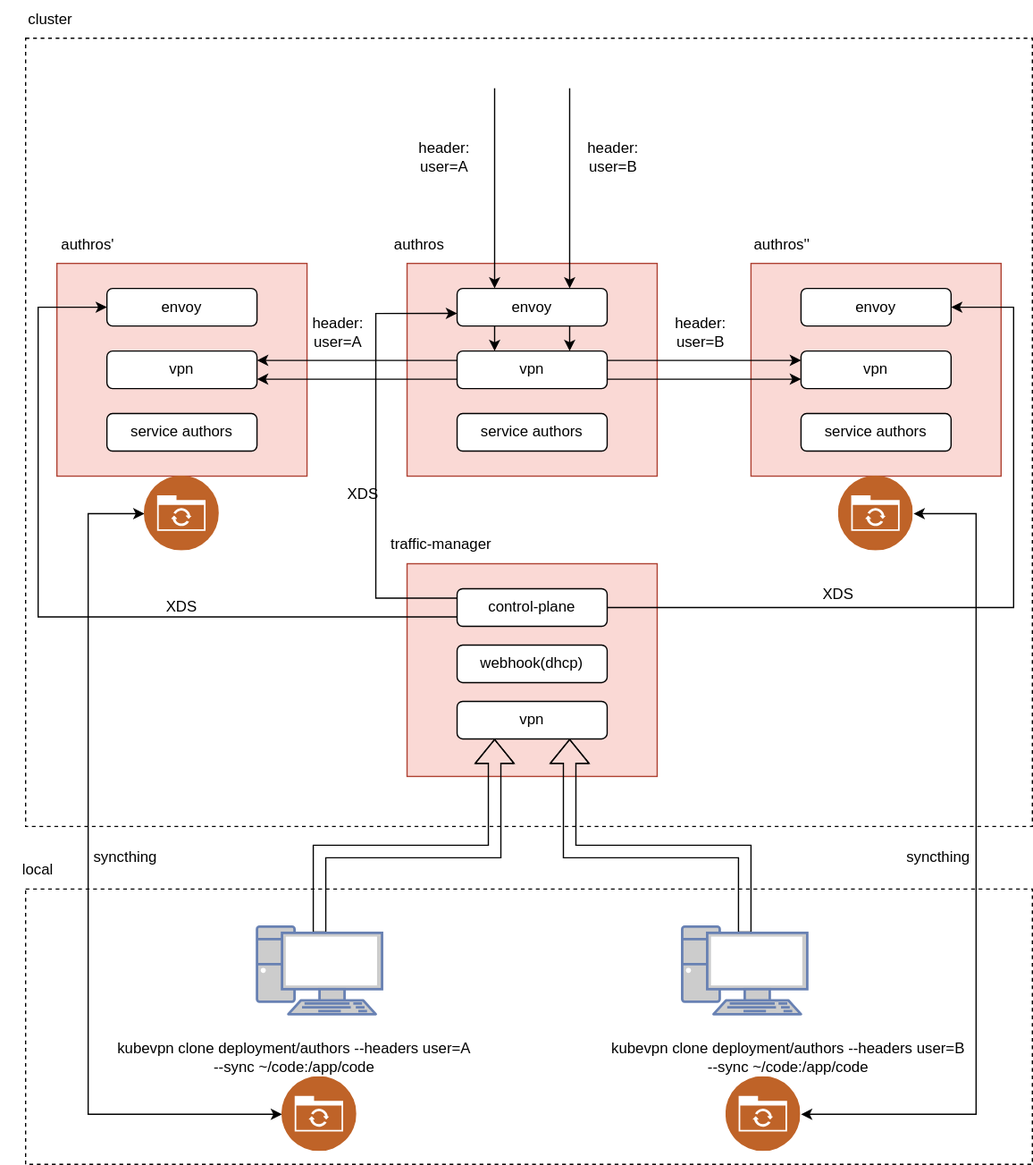
kubenetworks/kubenetworks.github.io keeps this draw.io diagram as i18n/zh/docusaurus-plugin-content-docs/current/architecture/clone.svg. Above is the earlier version. Source tidied: cells renumbered, new cells last; positions are measured from the earlier drawing's top-left corner, leaving out a move shared by most shapes.
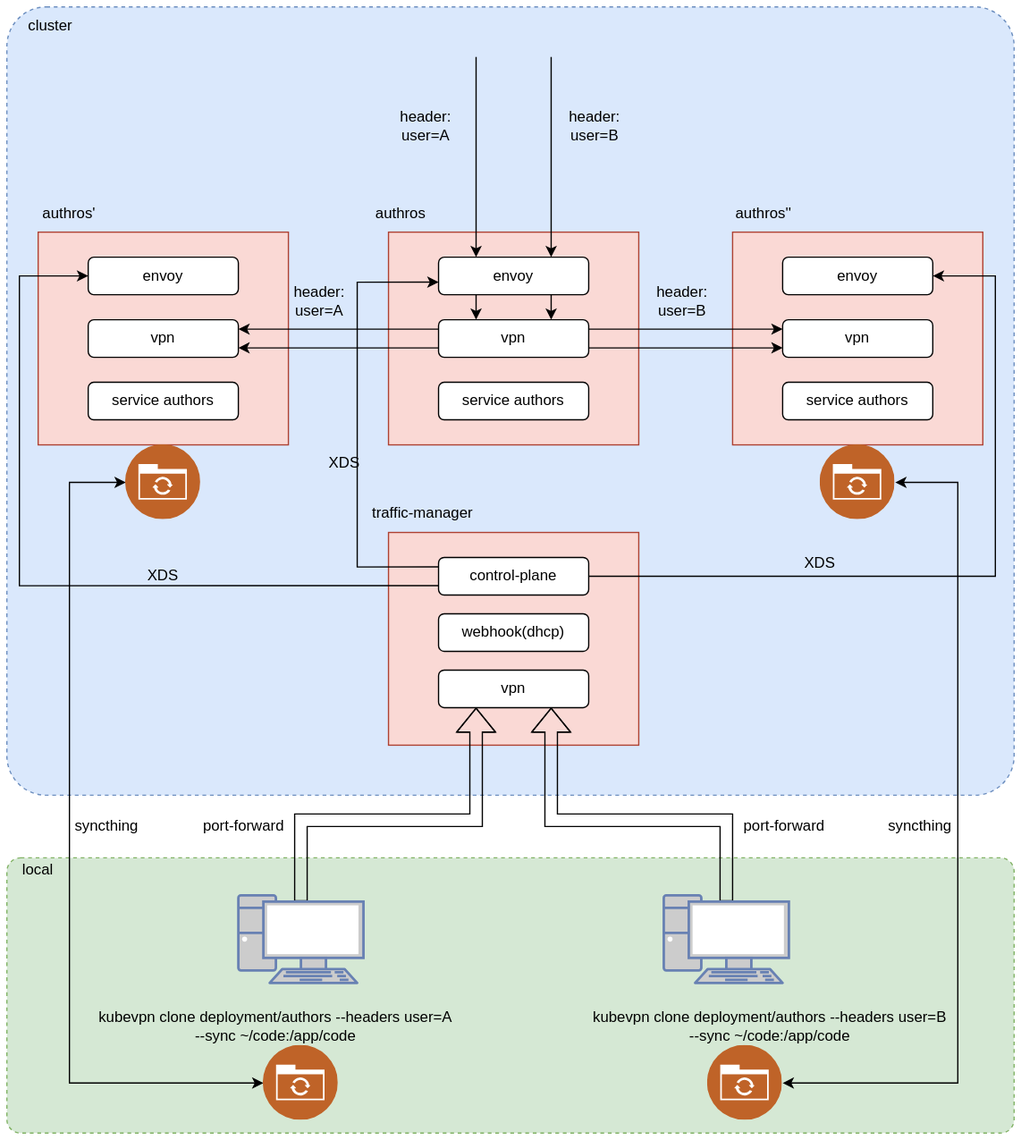
After the commit.

What changed in the source:
```diff
@@ -2,10 +2,10 @@
   <root>
     <mxCell id="0" />
     <mxCell id="1" parent="0" />
-    <mxCell id="2" style="rounded=0;whiteSpace=wrap;html=1;dashed=1;" parent="1" vertex="1">
+    <mxCell id="2" style="rounded=1;whiteSpace=wrap;html=1;dashed=1;arcSize=5;fillColor=#d5e8d4;strokeColor=#82b366;" parent="1" vertex="1">
       <mxGeometry x="20" y="710" width="805" height="220" as="geometry" />
     </mxCell>
-    <mxCell id="3" style="rounded=0;whiteSpace=wrap;html=1;dashed=1;" parent="1" vertex="1">
+    <mxCell id="3" style="rounded=1;whiteSpace=wrap;html=1;dashed=1;arcSize=5;fillColor=#dae8fc;strokeColor=#6c8ebf;" parent="1" vertex="1">
       <mxGeometry x="20" y="30" width="805" height="630" as="geometry" />
     </mxCell>
     <mxCell id="4" style="rounded=0;whiteSpace=wrap;html=1;fillColor=#fad9d5;strokeColor=#ae4132;" parent="1" vertex="1">
@@ -198,10 +198,10 @@
       <mxGeometry x="670" y="380" width="60" height="60" as="geometry" />
     </mxCell>
     <mxCell id="54" value="cluster" style="text;html=1;align=center;verticalAlign=middle;whiteSpace=wrap;rounded=0;" parent="1" vertex="1">
-      <mxGeometry x="10" width="60" height="30" as="geometry" />
+      <mxGeometry x="25" y="30" width="60" height="30" as="geometry" />
     </mxCell>
     <mxCell id="55" value="local" style="text;html=1;align=center;verticalAlign=middle;whiteSpace=wrap;rounded=0;" parent="1" vertex="1">
-      <mxGeometry y="680" width="60" height="30" as="geometry" />
+      <mxGeometry x="20" y="710" width="50" height="20" as="geometry" />
     </mxCell>
     <mxCell id="56" value="syncthing" style="text;html=1;align=center;verticalAlign=middle;whiteSpace=wrap;rounded=0;" parent="1" vertex="1">
       <mxGeometry x="70" y="670" width="60" height="30" as="geometry" />
@@ -209,5 +209,11 @@
     <mxCell id="57" value="syncthing" style="text;html=1;align=center;verticalAlign=middle;whiteSpace=wrap;rounded=0;" parent="1" vertex="1">
       <mxGeometry x="720" y="670" width="60" height="30" as="geometry" />
     </mxCell>
+    <mxCell id="58" value="port-forward" style="text;html=1;align=center;verticalAlign=middle;whiteSpace=wrap;rounded=0;" parent="1" vertex="1">
+      <mxGeometry x="600" y="670" width="83" height="30" as="geometry" />
+    </mxCell>
+    <mxCell id="59" value="port-forward" style="text;html=1;align=center;verticalAlign=middle;whiteSpace=wrap;rounded=0;" parent="1" vertex="1">
+      <mxGeometry x="168" y="670" width="83" height="30" as="geometry" />
+    </mxCell>
   </root>
 </mxGraphModel>
```
